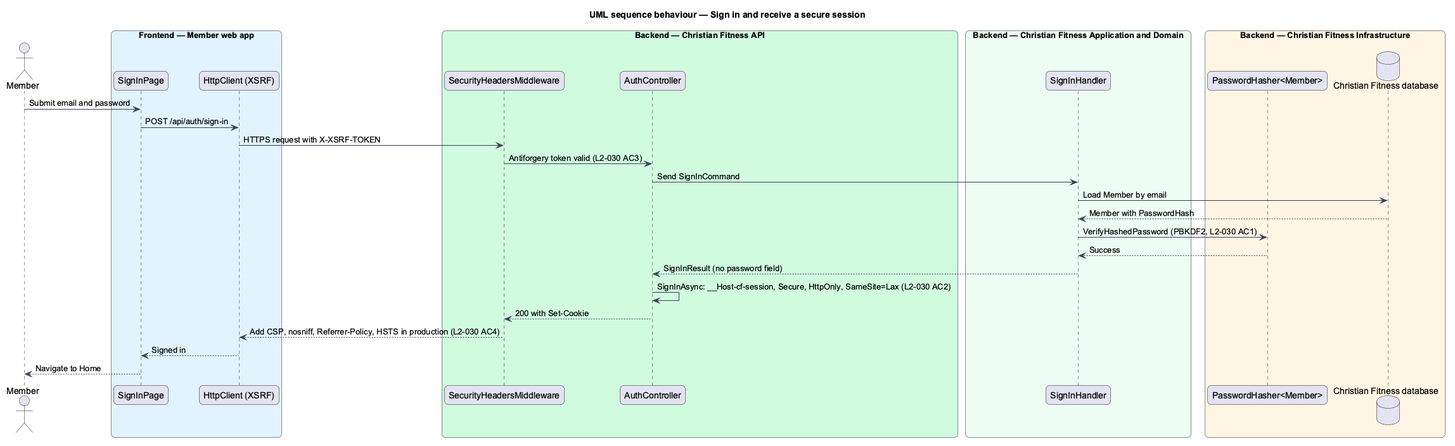
Above: docs/detailed-designs/security/secure-sessions/diagrams/sequence-sign-in-cookie.png in QuinntyneBrown/christian-fitness (PlantUML), before the change. Source of this version:
```plantuml
@startuml
title UML sequence behaviour — Sign in and receive a secure session
skinparam backgroundColor #FFFFFF
skinparam shadowing false
skinparam roundcorner 12
skinparam defaultFontName Arial
skinparam ArrowColor #344054
skinparam rectangle {
  BorderColor #344054
  FontColor #101828
}
skinparam package {
  BorderColor #667085
  FontColor #101828
  BackgroundColor #F9FAFB
}
actor "Member" as actor
box "Frontend — Member web app" #E0F2FE
  participant "SignInPage" as page
  participant "HttpClient (XSRF)" as http
end box
box "Backend — Christian Fitness API" #D1FADF
  participant "SecurityHeadersMiddleware" as hdr
  participant "AuthController" as ctrl
end box
box "Backend — Christian Fitness Application and Domain" #ECFDF3
  participant "SignInHandler" as h
end box
box "Backend — Christian Fitness Infrastructure" #FFF4E5
  participant "PasswordHasher<Member>" as hash
  database "Christian Fitness database" as db
end box
actor -> page : Submit email and password
page -> http : POST /api/auth/sign-in
http -> hdr : HTTPS request with X-XSRF-TOKEN
hdr -> ctrl : Antiforgery token valid (L2-030 AC3)
ctrl -> h : Send SignInCommand
h -> db : Load Member by email
db --> h : Member with PasswordHash
h -> hash : VerifyHashedPassword (PBKDF2, L2-030 AC1)
hash --> h : Success
h --> ctrl : SignInResult (no password field)
ctrl -> ctrl : SignInAsync: __Host-cf-session, Secure, HttpOnly, SameSite=Lax (L2-030 AC2)
ctrl --> hdr : 200 with Set-Cookie
hdr --> http : Add CSP, nosniff, Referrer-Policy, HSTS in production (L2-030 AC4)
http --> page : Signed in
page --> actor : Navigate to Home
@enduml
```
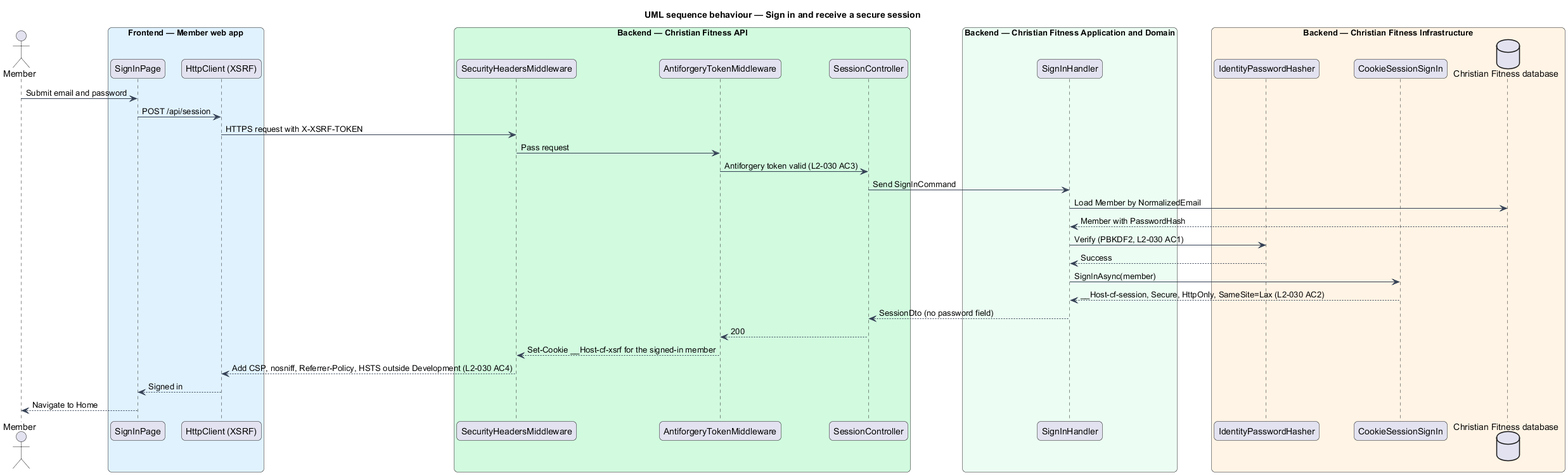
The same file after the commit.

Diff of the diagram source:
```diff
@@ -21,28 +21,33 @@
 end box
 box "Backend — Christian Fitness API" #D1FADF
   participant "SecurityHeadersMiddleware" as hdr
-  participant "AuthController" as ctrl
+  participant "AntiforgeryTokenMiddleware" as tok
+  participant "SessionController" as ctrl
 end box
 box "Backend — Christian Fitness Application and Domain" #ECFDF3
   participant "SignInHandler" as h
 end box
 box "Backend — Christian Fitness Infrastructure" #FFF4E5
-  participant "PasswordHasher<Member>" as hash
+  participant "IdentityPasswordHasher" as hash
+  participant "CookieSessionSignIn" as sess
   database "Christian Fitness database" as db
 end box
 actor -> page : Submit email and password
-page -> http : POST /api/auth/sign-in
+page -> http : POST /api/session
 http -> hdr : HTTPS request with X-XSRF-TOKEN
-hdr -> ctrl : Antiforgery token valid (L2-030 AC3)
+hdr -> tok : Pass request
+tok -> ctrl : Antiforgery token valid (L2-030 AC3)
 ctrl -> h : Send SignInCommand
-h -> db : Load Member by email
+h -> db : Load Member by NormalizedEmail
 db --> h : Member with PasswordHash
-h -> hash : VerifyHashedPassword (PBKDF2, L2-030 AC1)
+h -> hash : Verify (PBKDF2, L2-030 AC1)
 hash --> h : Success
-h --> ctrl : SignInResult (no password field)
-ctrl -> ctrl : SignInAsync: __Host-cf-session, Secure, HttpOnly, SameSite=Lax (L2-030 AC2)
-ctrl --> hdr : 200 with Set-Cookie
-hdr --> http : Add CSP, nosniff, Referrer-Policy, HSTS in production (L2-030 AC4)
+h -> sess : SignInAsync(member)
+sess --> h : __Host-cf-session, Secure, HttpOnly, SameSite=Lax (L2-030 AC2)
+h --> ctrl : SessionDto (no password field)
+ctrl --> tok : 200
+tok --> hdr : Set-Cookie __Host-cf-xsrf for the signed-in member
+hdr --> http : Add CSP, nosniff, Referrer-Policy, HSTS outside Development (L2-030 AC4)
 http --> page : Signed in
 page --> actor : Navigate to Home
 @enduml
```
